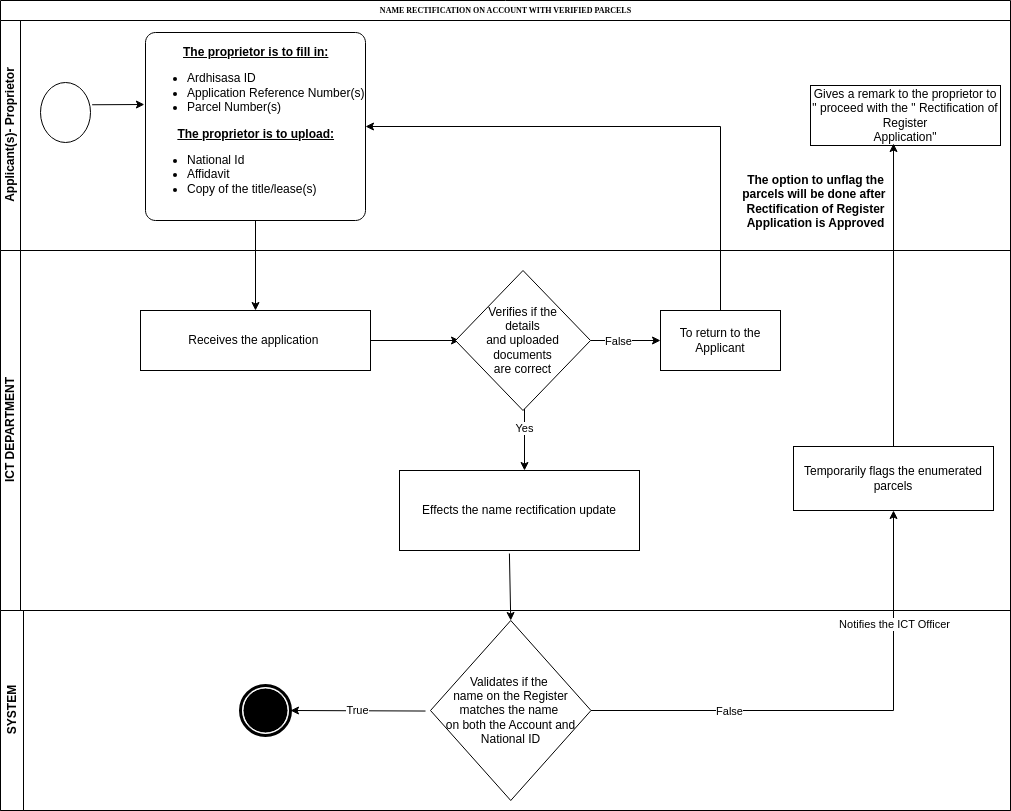
Before: ACCOUNT NAME RECTIFICATION.drawio.png, a diagram exported from draw.io (NjeriNjeru/BPMN). Source tidied: cells renumbered, new cells last; positions are measured from the earlier drawing's top-left corner, leaving out a move shared by most shapes.
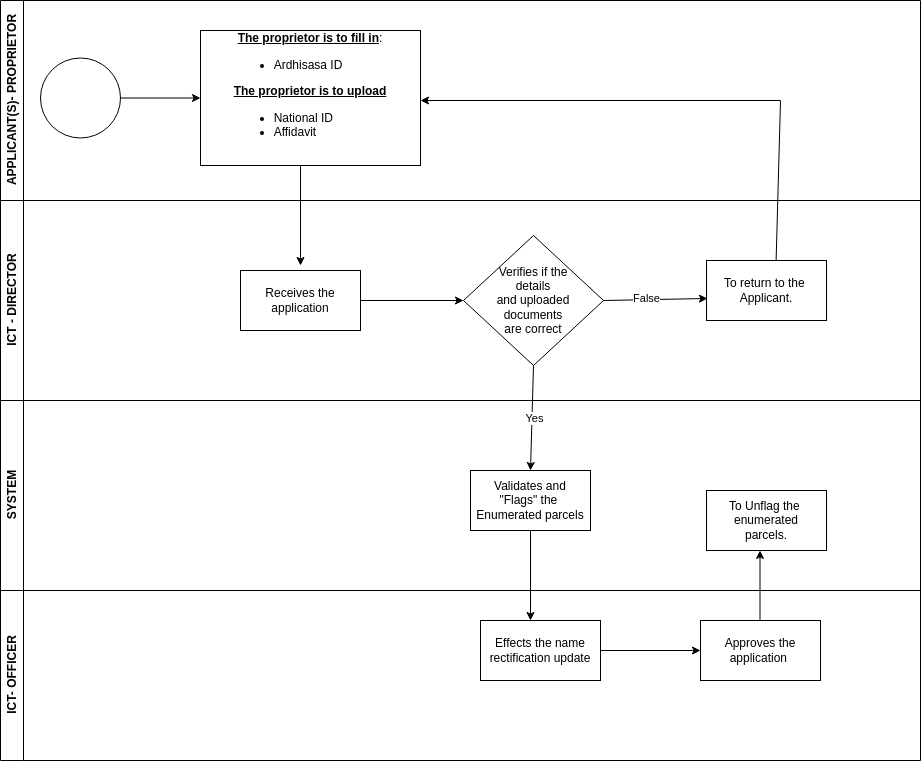
The same file after the commit.

Diff of the diagram source:
```diff
@@ -2,116 +2,99 @@
   <root>
     <mxCell id="0" />
     <mxCell id="1" parent="0" />
-    <mxCell id="2" value="NAME RECTIFICATION ON ACCOUNT WITH VERIFIED PARCELS" style="swimlane;html=1;horizontal=1;startSize=20;rounded=0;shadow=0;labelBackgroundColor=none;strokeWidth=1;fontFamily=Verdana;fontSize=8;align=center;" parent="1" vertex="1">
-      <mxGeometry width="1010" height="810" as="geometry" />
-    </mxCell>
-    <mxCell id="3" value="Applicant(s)- Proprietor" style="swimlane;html=1;startSize=20;horizontal=0;" parent="2" vertex="1">
-      <mxGeometry y="20" width="1010" height="230" as="geometry" />
-    </mxCell>
-    <mxCell id="4" style="ellipse;whiteSpace=wrap;html=1;rounded=0;shadow=0;labelBackgroundColor=none;strokeWidth=1;fontFamily=Verdana;fontSize=8;align=center;" parent="3" vertex="1">
-      <mxGeometry x="40" y="62" width="50" height="60" as="geometry" />
-    </mxCell>
-    <mxCell id="5" value="&lt;h6&gt;&lt;br&gt;&lt;/h6&gt;" style="text;html=1;align=center;verticalAlign=middle;strokeColor=none;fillColor=none;" parent="3" vertex="1">
-      <mxGeometry x="330" y="130" width="20" height="60" as="geometry" />
-    </mxCell>
-    <mxCell id="6" value="&lt;div style=&quot;text-align: center;&quot;&gt;&lt;b&gt;&lt;u&gt;The proprietor is to fill in:&lt;/u&gt;&lt;/b&gt;&lt;/div&gt;&lt;div&gt;&lt;ul&gt;&lt;li&gt;Ardhisasa ID&lt;/li&gt;&lt;li&gt;Application Reference Number(s)&lt;/li&gt;&lt;li&gt;Parcel Number(s)&lt;/li&gt;&lt;/ul&gt;&lt;b&gt;&lt;div style=&quot;text-align: center;&quot;&gt;&lt;b style=&quot;background-color: initial;&quot;&gt;&lt;u&gt;The proprietor is to upload:&lt;/u&gt;&lt;/b&gt;&lt;/div&gt;&lt;/b&gt;&lt;/div&gt;&lt;div&gt;&lt;ul&gt;&lt;li&gt;National Id&lt;/li&gt;&lt;li&gt;Affidavit&lt;/li&gt;&lt;li&gt;Copy of the title/lease(s)&lt;/li&gt;&lt;/ul&gt;&lt;/div&gt;" style="points=[[0.25,0,0],[0.5,0,0],[0.75,0,0],[1,0.25,0],[1,0.5,0],[1,0.75,0],[0.75,1,0],[0.5,1,0],[0.25,1,0],[0,0.75,0],[0,0.5,0],[0,0.25,0]];shape=mxgraph.bpmn.task;whiteSpace=wrap;rectStyle=rounded;size=10;html=1;taskMarker=abstract;align=left;" parent="3" vertex="1">
-      <mxGeometry x="145" y="12" width="220" height="188" as="geometry" />
-    </mxCell>
-    <mxCell id="7" style="endArrow=classic;html=1;rounded=0;exitX=1.033;exitY=0.371;exitDx=0;exitDy=0;exitPerimeter=0;entryX=-0.005;entryY=0.383;entryDx=0;entryDy=0;entryPerimeter=0;" parent="3" edge="1" source="4" target="6">
-      <mxGeometry relative="1" as="geometry" />
-    </mxCell>
-    <mxCell id="8" value="&lt;span style=&quot;text-align: left;&quot;&gt;Gives a remark to the proprietor to &quot; proceed with the &quot; Rectification of Register&lt;/span&gt;&lt;br style=&quot;text-align: left;&quot;&gt;&lt;span style=&quot;text-align: left;&quot;&gt;Application&quot;&lt;/span&gt;" style="rounded=0;whiteSpace=wrap;html=1;" parent="3" vertex="1">
-      <mxGeometry x="810" y="65" width="190" height="60" as="geometry" />
-    </mxCell>
-    <mxCell id="9" value="&lt;b&gt;The option to unflag the&lt;/b&gt;&lt;div&gt;&lt;b&gt;parcels will be done after&amp;nbsp;&lt;/b&gt;&lt;/div&gt;&lt;div&gt;&lt;b&gt;Rectification of Register&lt;/b&gt;&lt;/div&gt;&lt;div&gt;&lt;b&gt;Application is Approved&lt;/b&gt;&lt;/div&gt;" style="text;html=1;align=center;verticalAlign=middle;strokeColor=none;fillColor=none;" parent="3" vertex="1">
-      <mxGeometry x="730" y="146" width="170" height="70" as="geometry" />
-    </mxCell>
-    <mxCell id="10" style="endArrow=classic;html=1;rounded=0;" parent="2" edge="1">
-      <mxGeometry relative="1" as="geometry">
-        <mxPoint x="590" y="340" as="sourcePoint" />
-        <mxPoint x="660" y="340" as="targetPoint" />
-      </mxGeometry>
-    </mxCell>
-    <mxCell id="11" value="False" style="edgeLabel;html=1;align=center;verticalAlign=middle;" parent="10" vertex="1">
-      <mxGeometry x="-0.21" relative="1" as="geometry" />
-    </mxCell>
-    <mxCell id="12" value="ICT DEPARTMENT" style="swimlane;html=1;startSize=20;horizontal=0;" parent="2" vertex="1">
-      <mxGeometry y="250" width="1010" height="360" as="geometry" />
-    </mxCell>
+    <mxCell id="33" style="endArrow=classic;html=1;rounded=0;" parent="1" edge="1">
+      <mxGeometry relative="1" as="geometry">
+        <mxPoint x="420" y="200" as="sourcePoint" />
+        <mxPoint x="420" y="200" as="targetPoint" />
+      </mxGeometry>
+    </mxCell>
+    <mxCell id="34" value="APPLICANT(S)- PROPRIETOR" style="swimlane;horizontal=0;whiteSpace=wrap;html=1;" parent="1" vertex="1">
+      <mxGeometry x="40" y="-30" width="920" height="200" as="geometry" />
+    </mxCell>
+    <mxCell id="35" value="&lt;b&gt;&lt;u&gt;The proprietor is to fill in&lt;/u&gt;&lt;/b&gt;:&lt;div&gt;&lt;ul&gt;&lt;li style=&quot;text-align: left;&quot;&gt;Ardhisasa ID&lt;/li&gt;&lt;/ul&gt;&lt;div style=&quot;text-align: left;&quot;&gt;&lt;b&gt;&lt;u&gt;The proprietor is to upload&lt;/u&gt;&lt;/b&gt;&lt;/div&gt;&lt;div style=&quot;text-align: left;&quot;&gt;&lt;ul&gt;&lt;li&gt;National ID&lt;/li&gt;&lt;li&gt;Affidavit&lt;/li&gt;&lt;/ul&gt;&lt;/div&gt;&lt;div&gt;&lt;br&gt;&lt;/div&gt;&lt;/div&gt;" style="whiteSpace=wrap;html=1;" parent="34" vertex="1">
+      <mxGeometry x="200" y="30" width="220" height="135" as="geometry" />
+    </mxCell>
+    <mxCell id="36" style="ellipse;whiteSpace=wrap;html=1;" parent="34" vertex="1">
+      <mxGeometry x="40" y="57.5" width="80" height="80" as="geometry" />
+    </mxCell>
+    <mxCell id="37" style="edgeStyle=orthogonalEdgeStyle;rounded=0;jettySize=auto;html=1;" parent="34" edge="1" source="36" target="35">
+      <mxGeometry relative="1" as="geometry" />
+    </mxCell>
+    <mxCell id="38" style="edgeStyle=none;orthogonalLoop=1;jettySize=auto;html=1;rounded=0;" parent="34" edge="1">
+      <mxGeometry relative="1" as="geometry">
+        <mxPoint x="300" y="165" as="sourcePoint" />
+        <mxPoint x="300" y="265" as="targetPoint" />
+      </mxGeometry>
+    </mxCell>
+    <mxCell id="39" style="endArrow=classic;html=1;rounded=0;entryX=0.991;entryY=0.337;entryDx=0;entryDy=0;exitX=0.608;exitY=0;exitDx=0;exitDy=0;exitPerimeter=0;entryPerimeter=0;" parent="34" edge="1">
+      <mxGeometry relative="1" as="geometry">
+        <mxPoint x="774.9" y="284.5" as="sourcePoint" />
+        <mxPoint x="420" y="100" as="targetPoint" />
+        <Array as="points">
+          <mxPoint x="780" y="100" />
+        </Array>
+      </mxGeometry>
+    </mxCell>
+    <mxCell id="40" value="ICT - DIRECTOR" style="swimlane;horizontal=0;whiteSpace=wrap;html=1;" parent="1" vertex="1">
+      <mxGeometry x="40" y="170" width="920" height="200" as="geometry" />
+    </mxCell>
+    <mxCell id="41" style="edgeStyle=orthogonalEdgeStyle;rounded=0;jettySize=auto;html=1;" parent="40" edge="1" source="13" target="22">
+      <mxGeometry relative="1" as="geometry" />
+    </mxCell>
-    <mxCell id="13" value="Receives the application&amp;nbsp;" style="rounded=0;whiteSpace=wrap;html=1;" parent="12" vertex="1">
-      <mxGeometry x="140" y="60" width="230" height="60" as="geometry" />
+    <mxCell id="13" value="Receives the application" style="whiteSpace=wrap;html=1;" parent="40" vertex="1">
+      <mxGeometry x="240" y="70" width="120" height="60" as="geometry" />
     </mxCell>
-    <mxCell id="14" style="endArrow=classic;html=1;rounded=0;exitX=1;exitY=0.5;exitDx=0;exitDy=0;entryX=0;entryY=0.5;entryDx=0;entryDy=0;" parent="12" edge="1" source="13">
-      <mxGeometry relative="1" as="geometry">
-        <mxPoint x="459" y="90" as="targetPoint" />
-      </mxGeometry>
-    </mxCell>
-    <mxCell id="15" style="endArrow=classic;html=1;rounded=0;exitX=0.5;exitY=1;exitDx=0;exitDy=0;" parent="12" edge="1">
-      <mxGeometry relative="1" as="geometry">
-        <mxPoint x="524" y="157.5" as="sourcePoint" />
-        <mxPoint x="524" y="220" as="targetPoint" />
-      </mxGeometry>
-    </mxCell>
+    <mxCell id="22" value="Verifies if the&lt;div&gt;&amp;nbsp;details&amp;nbsp;&lt;div&gt;and uploaded&lt;/div&gt;&lt;div&gt;documents&lt;/div&gt;&lt;div&gt;are correct&lt;/div&gt;&lt;/div&gt;" style="rhombus;whiteSpace=wrap;html=1;" parent="40" vertex="1">
+      <mxGeometry x="463" y="35" width="140" height="130" as="geometry" />
+    </mxCell>
+    <mxCell id="42" value="To return to the&amp;nbsp;&lt;div&gt;Applicant.&lt;/div&gt;" style="whiteSpace=wrap;html=1;" parent="40" vertex="1">
+      <mxGeometry x="706" y="60" width="120" height="60" as="geometry" />
+    </mxCell>
+    <mxCell id="43" style="endArrow=classic;html=1;rounded=0;exitX=1;exitY=0.5;exitDx=0;exitDy=0;entryX=0.008;entryY=0.633;entryDx=0;entryDy=0;entryPerimeter=0;" parent="40" edge="1" source="22" target="42">
+      <mxGeometry relative="1" as="geometry" />
+    </mxCell>
+    <mxCell id="44" value="False" style="edgeLabel;html=1;align=center;verticalAlign=middle;" parent="43" vertex="1">
+      <mxGeometry x="-0.17" y="2" relative="1" as="geometry" />
+    </mxCell>
+    <mxCell id="23" value="SYSTEM" style="swimlane;horizontal=0;whiteSpace=wrap;html=1;" parent="1" vertex="1">
+      <mxGeometry x="40" y="370" width="920" height="190" as="geometry" />
+    </mxCell>
+    <mxCell id="45" value="Validates and&lt;div&gt;&quot;Flags&quot; the&amp;nbsp;&lt;/div&gt;&lt;div&gt;Enumerated parcels&lt;/div&gt;" style="whiteSpace=wrap;html=1;" parent="23" vertex="1">
+      <mxGeometry x="470" y="70" width="120" height="60" as="geometry" />
+    </mxCell>
+    <mxCell id="46" value="To Unflag the&amp;nbsp;&lt;div&gt;enumerated&lt;/div&gt;&lt;div&gt;parcels.&lt;/div&gt;" style="whiteSpace=wrap;html=1;" parent="23" vertex="1">
+      <mxGeometry x="706" y="90" width="120" height="60" as="geometry" />
+    </mxCell>
+    <mxCell id="47" value="ICT- OFFICER" style="swimlane;horizontal=0;whiteSpace=wrap;html=1;" parent="1" vertex="1">
+      <mxGeometry x="40" y="560" width="920" height="170" as="geometry" />
+    </mxCell>
+    <mxCell id="48" style="edgeStyle=orthogonalEdgeStyle;rounded=0;jettySize=auto;html=1;" parent="47" edge="1" source="17" target="49">
+      <mxGeometry relative="1" as="geometry" />
+    </mxCell>
+    <mxCell id="17" value="Effects the name rectification update" style="whiteSpace=wrap;html=1;" parent="47" vertex="1">
+      <mxGeometry x="480" y="30" width="120" height="60" as="geometry" />
+    </mxCell>
+    <mxCell id="49" value="Approves the application&amp;nbsp;" style="whiteSpace=wrap;html=1;" parent="47" vertex="1">
+      <mxGeometry x="700" y="30" width="120" height="60" as="geometry" />
+    </mxCell>
+    <mxCell id="50" style="endArrow=classic;html=1;rounded=0;" parent="47" edge="1">
+      <mxGeometry relative="1" as="geometry">
+        <mxPoint x="759.5" y="30" as="sourcePoint" />
+        <mxPoint x="759.5" y="-40" as="targetPoint" />
+      </mxGeometry>
+    </mxCell>
+    <mxCell id="51" style="endArrow=classic;html=1;rounded=0;exitX=0.5;exitY=1;exitDx=0;exitDy=0;" parent="1" edge="1" source="22">
+      <mxGeometry relative="1" as="geometry">
+        <mxPoint x="570" y="440" as="targetPoint" />
+      </mxGeometry>
+    </mxCell>
-    <mxCell id="16" value="Yes" style="edgeLabel;html=1;align=center;verticalAlign=middle;" parent="15" vertex="1">
-      <mxGeometry x="-0.35" y="-1" relative="1" as="geometry" />
+    <mxCell id="16" value="Yes" style="edgeLabel;html=1;align=center;verticalAlign=middle;" parent="51" vertex="1">
+      <mxGeometry x="-0.01" y="2" relative="1" as="geometry" />
     </mxCell>
-    <mxCell id="17" value="Effects the name rectification update" style="whiteSpace=wrap;html=1;" parent="12" vertex="1">
-      <mxGeometry x="399" y="220" width="240" height="80" as="geometry" />
-    </mxCell>
-    <mxCell id="18" style="endArrow=classic;html=1;rounded=0;exitX=0.458;exitY=1.038;exitDx=0;exitDy=0;exitPerimeter=0;entryX=0.5;entryY=0;entryDx=0;entryDy=0;" parent="2" edge="1" source="17" target="24">
-      <mxGeometry relative="1" as="geometry" />
-    </mxCell>
-    <mxCell id="19" value="ICT DEPARTMENT" style="swimlane;html=1;startSize=20;horizontal=0;" parent="2" vertex="1">
-      <mxGeometry y="250" width="1010" height="360" as="geometry" />
-    </mxCell>
-    <mxCell id="20" value="To return to the Applicant" style="rounded=0;whiteSpace=wrap;html=1;" parent="19" vertex="1">
-      <mxGeometry x="660" y="60" width="120" height="60" as="geometry" />
-    </mxCell>
-    <mxCell id="21" value="&lt;span style=&quot;text-align: left;&quot;&gt;Temporarily flags the enumerated parcels&lt;/span&gt;" style="rounded=0;whiteSpace=wrap;html=1;" parent="19" vertex="1">
-      <mxGeometry x="793" y="196" width="200" height="64" as="geometry" />
-    </mxCell>
-    <mxCell id="22" value="Verifies if the&lt;div&gt;details&lt;div&gt;and uploaded&lt;/div&gt;&lt;div&gt;documents&lt;/div&gt;&lt;div&gt;are correct&lt;/div&gt;&lt;/div&gt;" style="rhombus;whiteSpace=wrap;html=1;" parent="19" vertex="1">
-      <mxGeometry x="455" y="20" width="135" height="140" as="geometry" />
-    </mxCell>
-    <mxCell id="23" value="SYSTEM" style="swimlane;horizontal=0;whiteSpace=wrap;html=1;" parent="2" vertex="1">
-      <mxGeometry y="610" width="1010" height="200" as="geometry" />
-    </mxCell>
-    <mxCell id="24" value="Validates if&lt;span style=&quot;background-color: initial;&quot;&gt;&amp;nbsp;the&lt;/span&gt;&lt;span style=&quot;background-color: initial;&quot;&gt;&amp;nbsp;&lt;/span&gt;&lt;div&gt;&lt;span style=&quot;background-color: initial;&quot;&gt;name on the Register matches the name&amp;nbsp;&lt;/span&gt;&lt;div&gt;&lt;span style=&quot;background-color: initial;&quot;&gt;on both the Account and National ID&lt;/span&gt;&lt;/div&gt;&lt;/div&gt;" style="rhombus;whiteSpace=wrap;html=1;" parent="23" vertex="1">
-      <mxGeometry x="430" y="10" width="160.5" height="180" as="geometry" />
-    </mxCell>
-    <mxCell id="25" style="points=[[0.145,0.145,0],[0.5,0,0],[0.855,0.145,0],[1,0.5,0],[0.855,0.855,0],[0.5,1,0],[0.145,0.855,0],[0,0.5,0]];shape=mxgraph.bpmn.event;html=1;verticalLabelPosition=bottom;labelBackgroundColor=#ffffff;verticalAlign=top;align=center;perimeter=ellipsePerimeter;outlineConnect=0;outline=end;symbol=terminate;" parent="23" vertex="1">
-      <mxGeometry x="240" y="75" width="50" height="50" as="geometry" />
-    </mxCell>
-    <mxCell id="26" value="True" style="endArrow=classic;html=1;rounded=0;exitX=-0.031;exitY=0.503;exitDx=0;exitDy=0;exitPerimeter=0;entryX=1;entryY=0.5;entryDx=0;entryDy=0;entryPerimeter=0;" parent="23" edge="1" source="24" target="25">
-      <mxGeometry relative="1" as="geometry" />
-    </mxCell>
-    <mxCell id="27" style="edgeStyle=orthogonalEdgeStyle;rounded=0;jettySize=auto;html=1;entryX=0.5;entryY=1;entryDx=0;entryDy=0;" parent="2" edge="1" source="24" target="21">
-      <mxGeometry relative="1" as="geometry" />
-    </mxCell>
-    <mxCell id="28" value="Notifies the ICT Officer" style="edgeLabel;html=1;align=center;verticalAlign=middle;" parent="27" vertex="1">
-      <mxGeometry x="0.55" relative="1" as="geometry" />
-    </mxCell>
-    <mxCell id="29" value="False" style="edgeLabel;html=1;align=center;verticalAlign=middle;" parent="27" vertex="1">
-      <mxGeometry x="-0.45" relative="1" as="geometry" />
-    </mxCell>
-    <mxCell id="30" style="edgeStyle=none;jettySize=auto;html=1;rounded=0;entryX=0.437;entryY=0.967;entryDx=0;entryDy=0;entryPerimeter=0;" parent="2" edge="1" source="21" target="8">
-      <mxGeometry relative="1" as="geometry" />
-    </mxCell>
-    <mxCell id="31" style="edgeStyle=orthogonalEdgeStyle;rounded=0;jettySize=auto;html=1;entryX=1;entryY=0.5;entryDx=0;entryDy=0;entryPerimeter=0;" parent="2" edge="1" source="20" target="6">
-      <mxGeometry relative="1" as="geometry">
-        <Array as="points">
-          <mxPoint x="720" y="126" />
-        </Array>
-      </mxGeometry>
-    </mxCell>
-    <mxCell id="32" style="edgeStyle=orthogonalEdgeStyle;rounded=0;jettySize=auto;html=1;" parent="2" edge="1" source="6" target="13">
-      <mxGeometry relative="1" as="geometry" />
-    </mxCell>
-    <mxCell id="33" style="endArrow=classic;html=1;rounded=0;" parent="1" edge="1">
-      <mxGeometry relative="1" as="geometry">
-        <mxPoint x="420" y="200" as="sourcePoint" />
-        <mxPoint x="420" y="200" as="targetPoint" />
-      </mxGeometry>
-    </mxCell>
+    <mxCell id="52" style="endArrow=classic;html=1;rounded=0;exitX=0.5;exitY=1;exitDx=0;exitDy=0;" parent="1" edge="1" source="45">
+      <mxGeometry relative="1" as="geometry">
+        <mxPoint x="570" y="590" as="targetPoint" />
+      </mxGeometry>
+    </mxCell>
   </root>
 </mxGraphModel>
```
